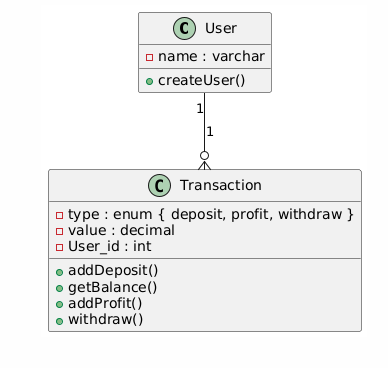
The PlantUML diagram docs/Bd.png in jvras58/ruby-estudo, before a commit. Its source is kept beside it as docs/Bd.puml. Source of this version:
```plantuml
@startuml uml_diagram
class User {
    - name : varchar
    + createUser()
}

class Transaction {
    - type : enum { deposit, profit, withdraw }
    - value : decimal
    - User_id : int
    + addDeposit()
    + getBalance()
    + addProfit()
    + withdraw()
}

User "1" --o{ Transaction : "1"

@enduml
```
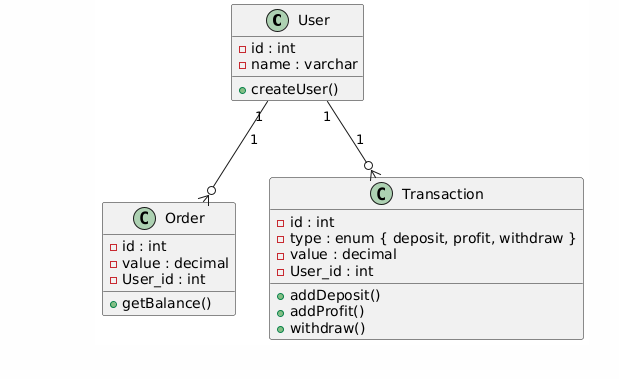
The same file after the commit.

Commit message:
Refactorize User and Order classes in Bd.puml

What changed in the source:
```diff
@@ -1,19 +1,28 @@
 @startuml uml_diagram
 class User {
+    - id : int
     - name : varchar
     + createUser()
 }
 
+class Order{
+    - id : int
+    - value : decimal
+    - User_id : int
+    + getBalance()
+}
+
 class Transaction {
+    - id : int
     - type : enum { deposit, profit, withdraw }
     - value : decimal
     - User_id : int
     + addDeposit()
-    + getBalance()
     + addProfit()
     + withdraw()
 }
 
 User "1" --o{ Transaction : "1"
+User "1" --o{ Order : "1"
 
 @enduml
```
